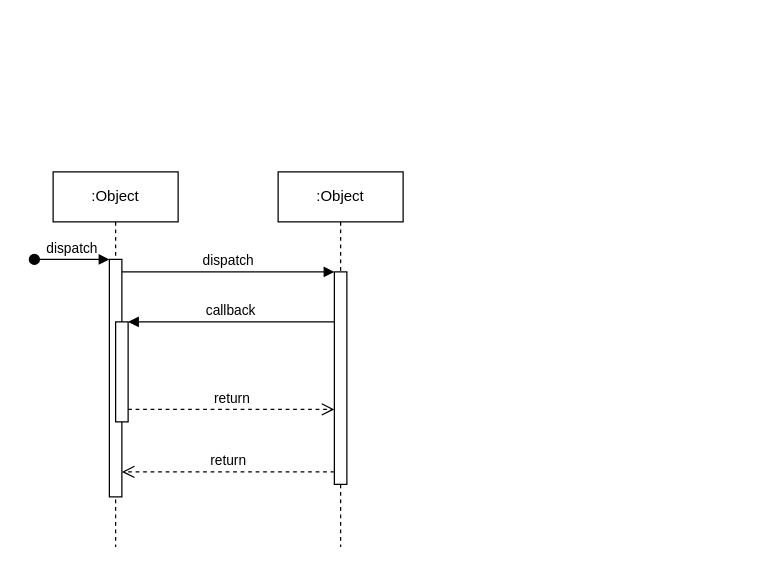
Earlier version of the draw.io diagram Diagrama de Sequencia Diagram.drawio (Ju300/teste). Source tidied: cells renumbered, new cells numbered last; positions are measured from the earlier drawing's top-left corner, leaving out a move shared by most shapes. Both pictures are drawn from the tidied source at 125%, with x=0, y=0 at pixel (34, 171).
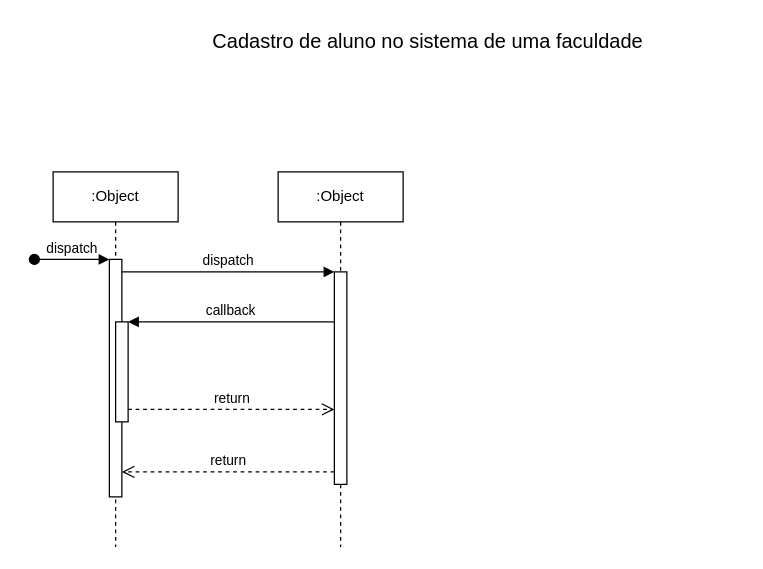
After the change.

The edit, as a diff of the source:
```diff
@@
 <mxGraphModel>
   <root>
     <mxCell id="0" />
     <mxCell id="1" parent="0" />
     <mxCell id="2" value=":Object" style="shape=umlLifeline;perimeter=lifelinePerimeter;whiteSpace=wrap;html=1;newEdgeStyle={&quot;edgeStyle&quot;:&quot;elbowEdgeStyle&quot;,&quot;elbow&quot;:&quot;vertical&quot;,&quot;curved&quot;:0,&quot;rounded&quot;:0};" parent="1" vertex="1">
       <mxGeometry x="15" width="100" height="300" as="geometry" />
     </mxCell>
     <mxCell id="3" style="html=1;points=[];perimeter=orthogonalPerimeter;outlineConnect=0;targetShapes=umlLifeline;portConstraint=eastwest;newEdgeStyle={&quot;edgeStyle&quot;:&quot;elbowEdgeStyle&quot;,&quot;elbow&quot;:&quot;vertical&quot;,&quot;curved&quot;:0,&quot;rounded&quot;:0};" parent="2" vertex="1">
       <mxGeometry x="45" y="70" width="10" height="190" as="geometry" />
     </mxCell>
     <mxCell id="4" value="dispatch" style="html=1;verticalAlign=bottom;startArrow=oval;endArrow=block;startSize=8;edgeStyle=elbowEdgeStyle;elbow=vertical;curved=0;rounded=0;" parent="2" edge="1" target="3">
       <mxGeometry relative="1" as="geometry">
         <mxPoint x="-15" y="70" as="sourcePoint" />
       </mxGeometry>
     </mxCell>
     <mxCell id="5" style="html=1;points=[];perimeter=orthogonalPerimeter;outlineConnect=0;targetShapes=umlLifeline;portConstraint=eastwest;newEdgeStyle={&quot;edgeStyle&quot;:&quot;elbowEdgeStyle&quot;,&quot;elbow&quot;:&quot;vertical&quot;,&quot;curved&quot;:0,&quot;rounded&quot;:0};" parent="2" vertex="1">
       <mxGeometry x="50" y="120" width="10" height="80" as="geometry" />
     </mxCell>
     <mxCell id="6" value=":Object" style="shape=umlLifeline;perimeter=lifelinePerimeter;whiteSpace=wrap;html=1;newEdgeStyle={&quot;edgeStyle&quot;:&quot;elbowEdgeStyle&quot;,&quot;elbow&quot;:&quot;vertical&quot;,&quot;curved&quot;:0,&quot;rounded&quot;:0};" parent="1" vertex="1">
       <mxGeometry x="195" width="100" height="300" as="geometry" />
     </mxCell>
     <mxCell id="7" style="html=1;points=[];perimeter=orthogonalPerimeter;outlineConnect=0;targetShapes=umlLifeline;portConstraint=eastwest;newEdgeStyle={&quot;edgeStyle&quot;:&quot;elbowEdgeStyle&quot;,&quot;elbow&quot;:&quot;vertical&quot;,&quot;curved&quot;:0,&quot;rounded&quot;:0};" parent="6" vertex="1">
       <mxGeometry x="45" y="80" width="10" height="170" as="geometry" />
     </mxCell>
     <mxCell id="8" value="dispatch" style="html=1;verticalAlign=bottom;endArrow=block;edgeStyle=elbowEdgeStyle;elbow=vertical;curved=0;rounded=0;" parent="1" edge="1" source="3" target="7">
       <mxGeometry relative="1" as="geometry">
         <Array as="points">
           <mxPoint x="155" y="80" />
         </Array>
       </mxGeometry>
     </mxCell>
     <mxCell id="9" value="return" style="html=1;verticalAlign=bottom;endArrow=open;dashed=1;endSize=8;edgeStyle=elbowEdgeStyle;elbow=vertical;curved=0;rounded=0;" parent="1" edge="1" source="7" target="3">
       <mxGeometry relative="1" as="geometry">
         <Array as="points">
           <mxPoint x="165" y="240" />
         </Array>
       </mxGeometry>
     </mxCell>
     <mxCell id="10" value="callback" style="html=1;verticalAlign=bottom;endArrow=block;edgeStyle=elbowEdgeStyle;elbow=vertical;curved=0;rounded=0;" parent="1" edge="1" source="7" target="5">
       <mxGeometry relative="1" as="geometry">
         <Array as="points">
           <mxPoint x="165" y="120" />
         </Array>
       </mxGeometry>
     </mxCell>
     <mxCell id="11" value="return" style="html=1;verticalAlign=bottom;endArrow=open;dashed=1;endSize=8;edgeStyle=elbowEdgeStyle;elbow=vertical;curved=0;rounded=0;" parent="1" edge="1" source="5" target="7">
       <mxGeometry relative="1" as="geometry">
         <Array as="points">
           <mxPoint x="155" y="190" />
         </Array>
       </mxGeometry>
     </mxCell>
+    <mxCell id="12" value="Cadastro de aluno no sistema de uma faculdade" style="text;strokeColor=none;fillColor=none;html=1;align=center;verticalAlign=middle;whiteSpace=wrap;rounded=0;fontSize=16;" parent="1" vertex="1">
+      <mxGeometry x="65" y="-120" width="500" height="30" as="geometry" />
+    </mxCell>
   </root>
 </mxGraphModel>
```
